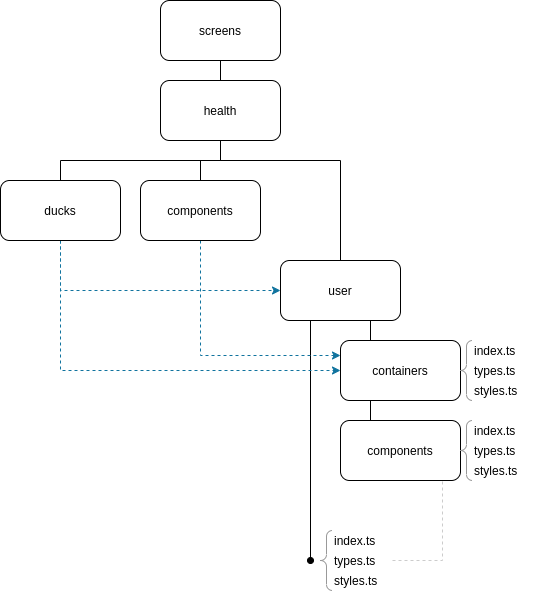
This is src/assets/wiki-portals.png from raphaellopes/cuidas-frontend, a draw.io export, as it was before one commit. Source tidied: cells renumbered, new cells last; positions are measured from the earlier drawing's top-left corner, leaving out a move shared by most shapes.
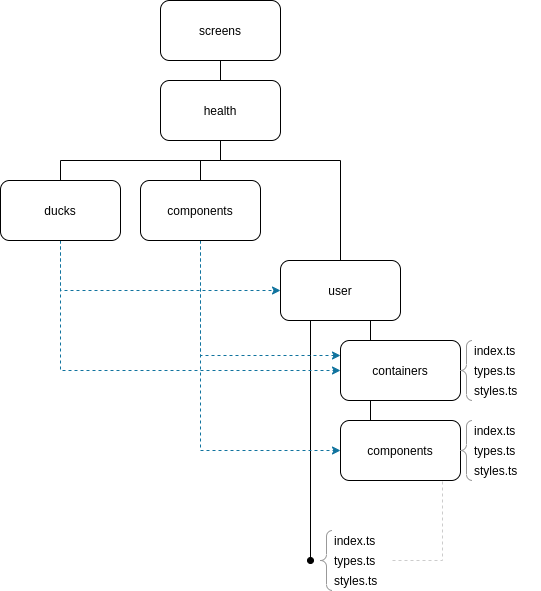
After the change.

The edit, as a diff of the source:
```diff
@@ -43,6 +43,13 @@
         </Array>
       </mxGeometry>
     </mxCell>
+    <mxCell id="38" style="edgeStyle=orthogonalEdgeStyle;rounded=0;jettySize=auto;html=1;dashed=1;entryX=0;entryY=0.5;entryDx=0;entryDy=0;strokeColor=#10739E;" parent="1" edge="1" source="12" target="22">
+      <mxGeometry relative="1" as="geometry">
+        <Array as="points">
+          <mxPoint x="200" y="450" />
+        </Array>
+      </mxGeometry>
+    </mxCell>
     <mxCell id="12" value="components" style="rounded=1;whiteSpace=wrap;html=1;" parent="1" vertex="1">
       <mxGeometry x="140" y="180" width="120" height="60" as="geometry" />
     </mxCell>
@@ -114,7 +121,7 @@
     <mxCell id="34" style="labelPosition=right;align=left;strokeWidth=1;shape=mxgraph.mockup.markup.curlyBrace;html=1;shadow=0;dashed=0;strokeColor=#999999;direction=north;" parent="30" vertex="1">
       <mxGeometry width="12" height="60" as="geometry" />
     </mxCell>
-    <mxCell id="35" style="edgeStyle=orthogonalEdgeStyle;rounded=0;jettySize=auto;html=1;entryX=0;entryY=0.5;entryDx=0;entryDy=0;dashed=1;endArrow=classic;endFill=1;exitX=0.5;exitY=1;exitDx=0;exitDy=0;strokeColor=#10739e;fillColor=#b1ddf0;" parent="1" edge="1" source="37" target="14">
+    <mxCell id="35" style="edgeStyle=orthogonalEdgeStyle;rounded=0;jettySize=auto;html=1;entryX=0;entryY=0.5;entryDx=0;entryDy=0;dashed=1;endArrow=classic;endFill=1;exitX=0.5;exitY=1;exitDx=0;exitDy=0;fillColor=#b1ddf0;strokeColor=#10739E;" parent="1" edge="1" source="37" target="14">
       <mxGeometry relative="1" as="geometry" />
     </mxCell>
     <mxCell id="36" style="edgeStyle=orthogonalEdgeStyle;rounded=0;jettySize=auto;html=1;entryX=0;entryY=0.5;entryDx=0;entryDy=0;dashed=1;endArrow=classic;endFill=1;strokeColor=#10739e;exitX=0.5;exitY=1;exitDx=0;exitDy=0;fillColor=#b1ddf0;" parent="1" edge="1" source="37" target="10">
```
